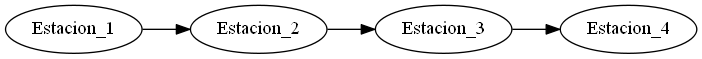
jimzi94/Tareas keeps this Graphviz diagram as Proyecto2_201504482/archivo_Servicios.png. Above is the earlier version. Its source is kept beside it as Proyecto2_201504482/archivo_Servicios.dot. Its diagram source:
```dot
digraph {rankdir=LR
Estacion_1->
Estacion_2->
Estacion_3->Estacion_4}
```
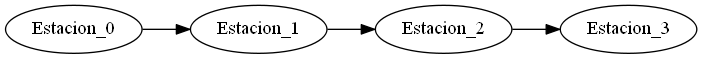
The same diagram one commit later.

Change to the diagram source:
```diff
@@ -1,4 +1,4 @@
 digraph {rankdir=LR
+Estacion_0->
 Estacion_1->
-Estacion_2->
-Estacion_3->Estacion_4}
+Estacion_2->Estacion_3}
```
